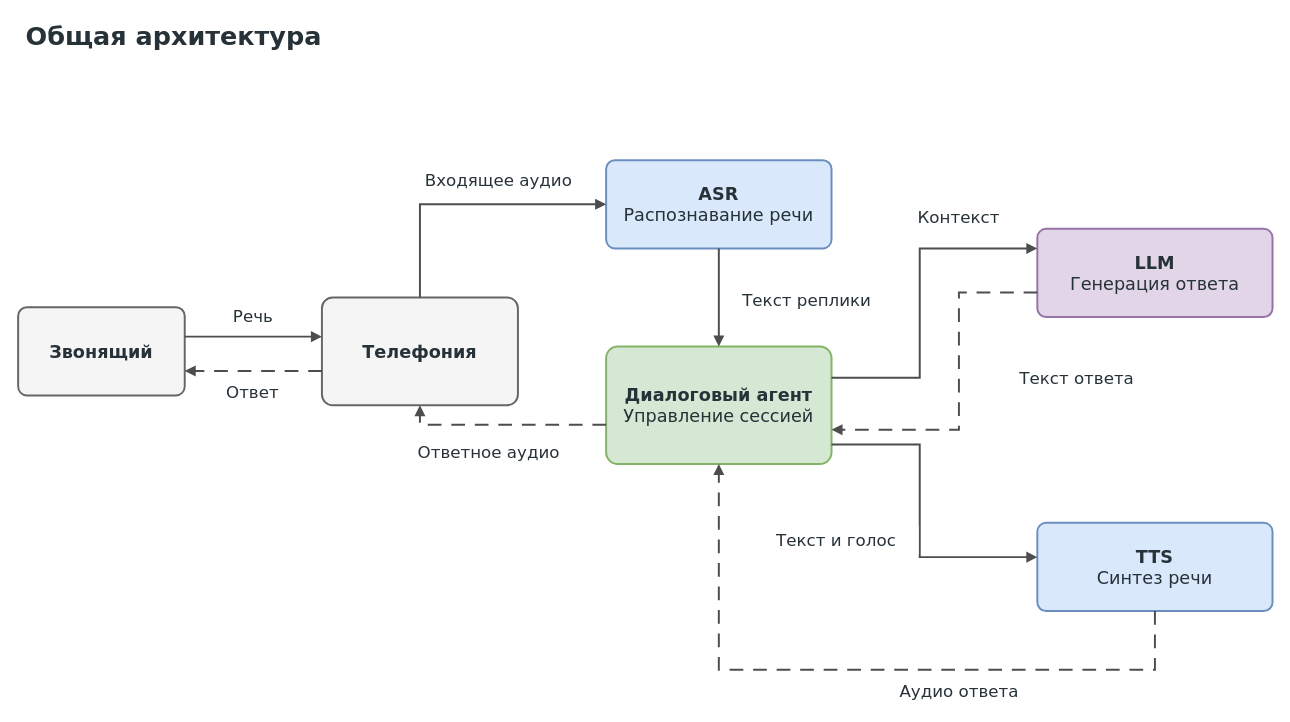
Before: page "Общая архитектура" (1 of 3) of docs/diagrams/cyberfamily-diagrams.drawio in mkgs210/MLSD_2026, a draw.io diagram. Source tidied: cells renumbered, new cells numbered last; positions are measured from the earlier drawing's top-left corner, leaving out a move shared by most shapes. Both pictures are drawn from the tidied source at 98%, with x=0, y=0 at pixel (18, 17).
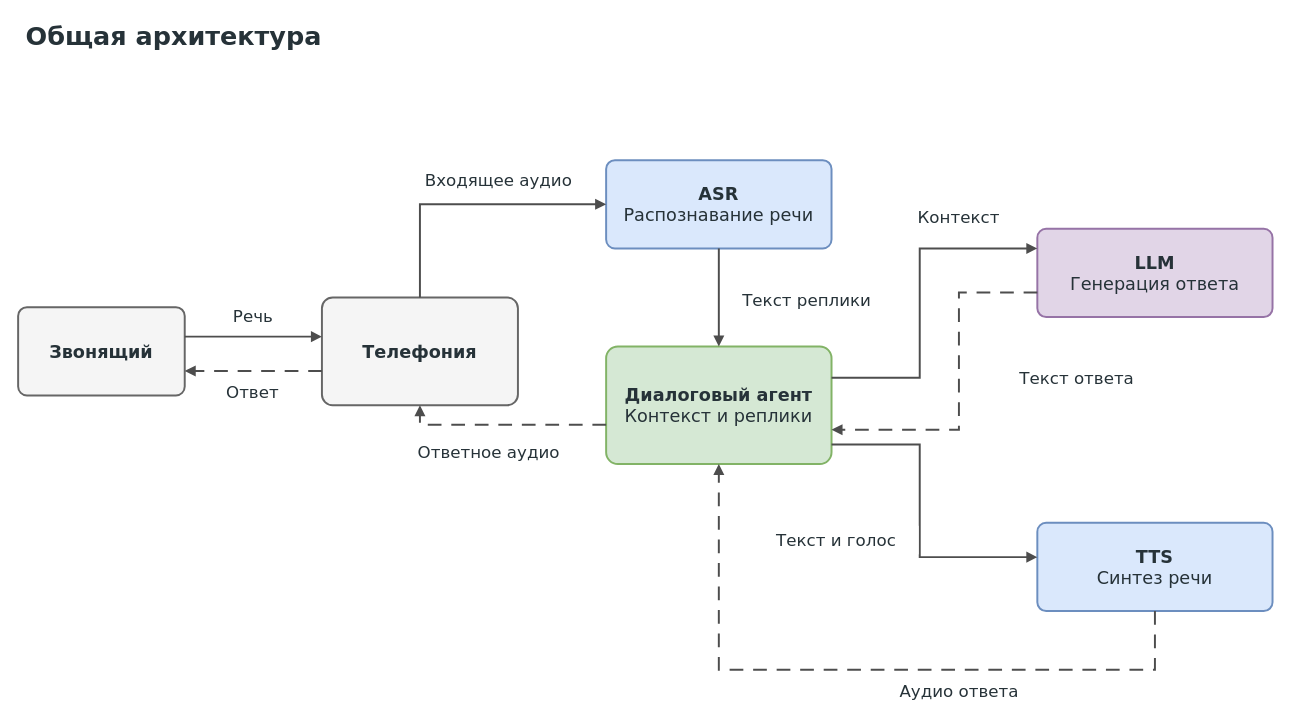
Above is the later version.

The edit, as a diff of the source:
```diff
@@
-    <mxCell id="5" value="&lt;b&gt;Диалоговый агент&lt;/b&gt;&lt;br&gt;Управление сессией" style="rounded=1;arcSize=10;whiteSpace=wrap;html=1;fillColor=#D5E8D4;strokeColor=#82B366;strokeWidth=2;fontFamily=DejaVu Sans;fontSize=18;fontColor=#263238;" parent="1" vertex="1">
+    <mxCell id="5" value="&lt;b&gt;Диалоговый агент&lt;/b&gt;&lt;br&gt;Контекст и реплики" style="rounded=1;arcSize=10;whiteSpace=wrap;html=1;fillColor=#D5E8D4;strokeColor=#82B366;strokeWidth=2;fontFamily=DejaVu Sans;fontSize=18;fontColor=#263238;" parent="1" vertex="1">
       <mxGeometry x="600" y="336" width="230" height="120" as="geometry" />
     </mxCell>
```
